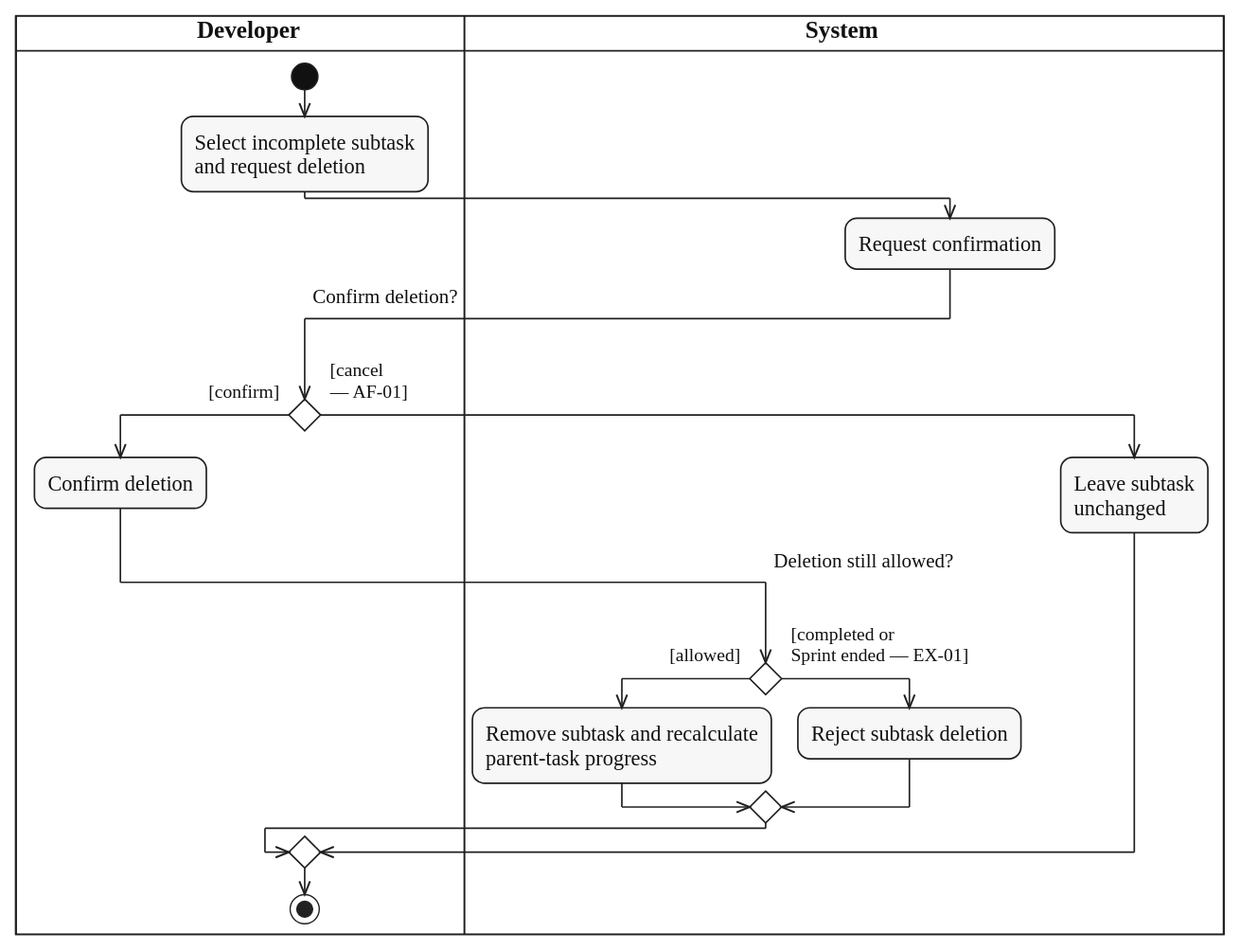
The PlantUML diagram diagrams/activity/sprint-work/svg/UC-SUBTASK-DELETE.svg in lukenab/swd392-doc-automation, before a commit. Its source is kept beside it as diagrams/activity/sprint-work/source/UC-SUBTASK-DELETE.puml.
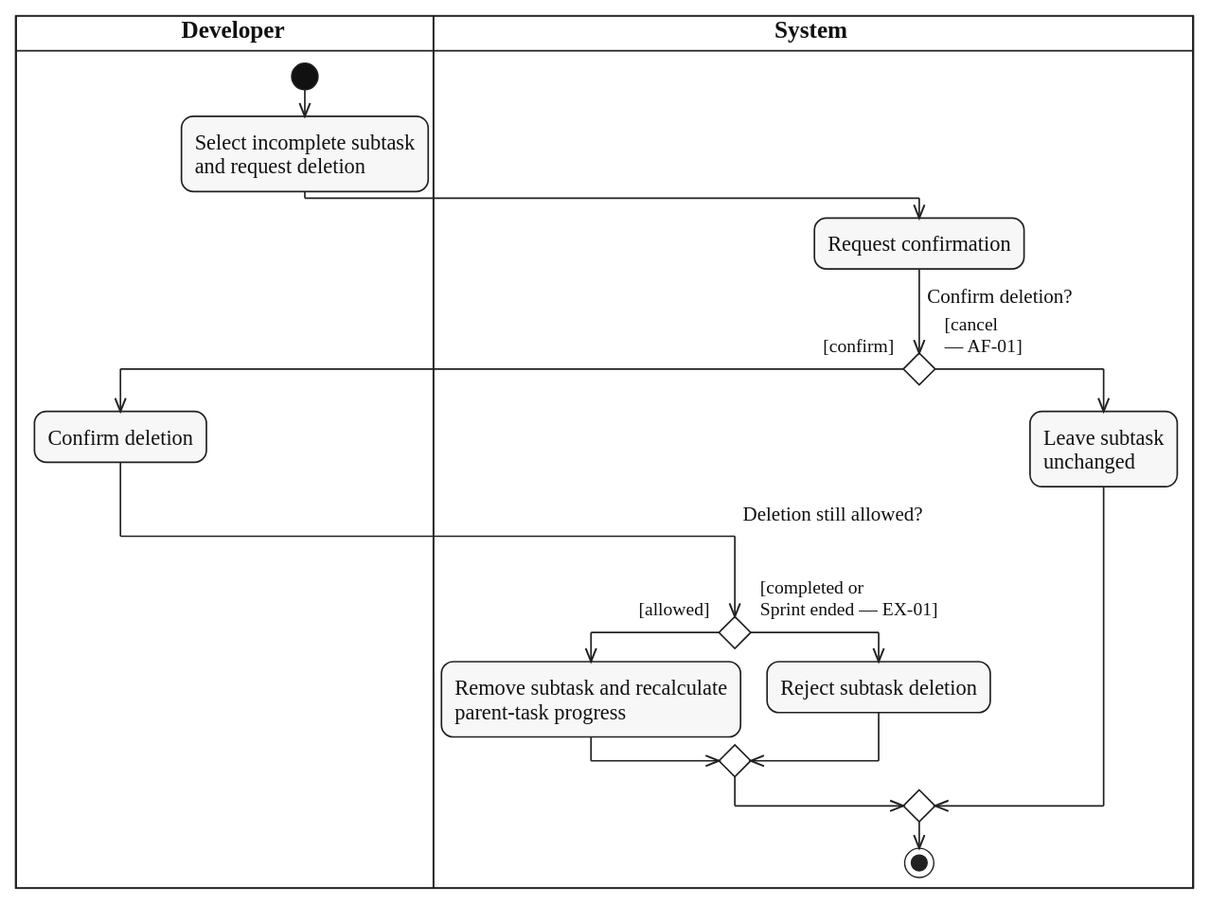
The same diagram one commit later.

The edit, as a diff of the source:
```diff
@@ -9,8 +9,8 @@
 and request deletion;
 |SYS|
 :Request confirmation;
-|DEV|
-if ($question_x("Confirm deletion?")) then ($guard_left("[confirm]"))
+if ($question("Confirm deletion?")) then ($guard_left("[confirm]"))
+  |DEV|
   :Confirm deletion;
   |SYS|
   if ($question_x("Deletion still allowed?")) then ($guard_left("[allowed]"))
@@ -24,6 +24,6 @@
   :Leave subtask
   unchanged;
 endif
-|DEV|
+|SYS|
 stop
 @enduml
```
